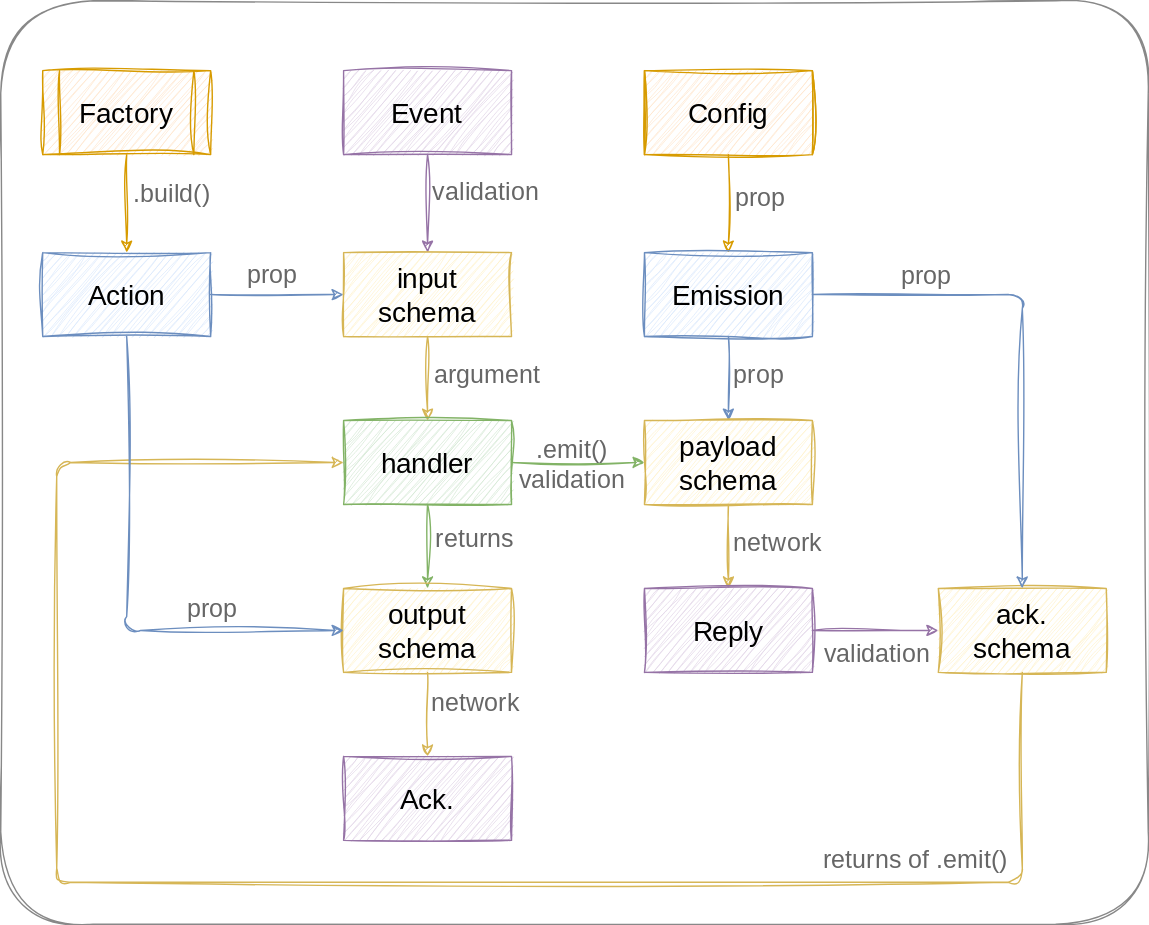
This is flow.svg from RobinTail/zod-sockets, a draw.io export, as it was before one commit. Source tidied: cells renumbered, new cells last; positions are measured from the earlier drawing's top-left corner, leaving out a move shared by most shapes.
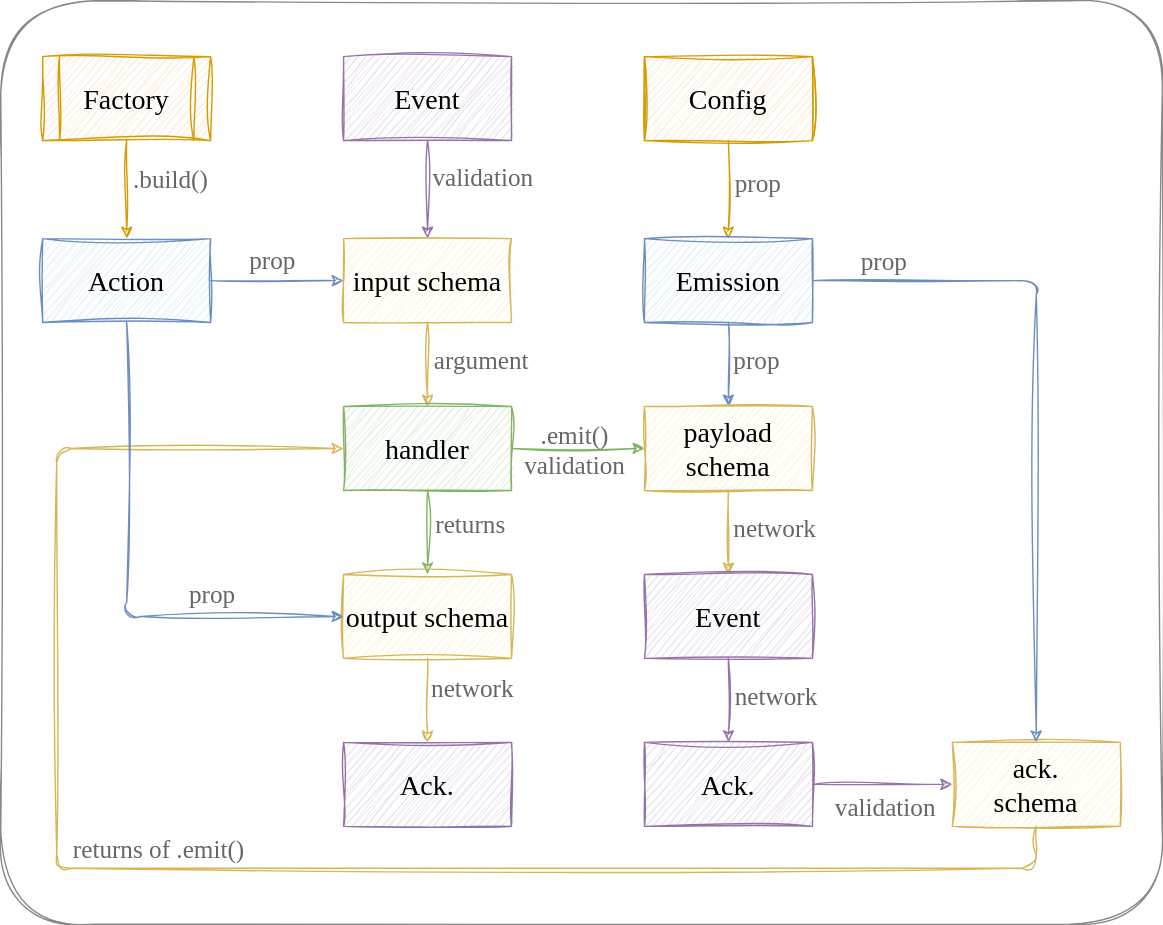
The same file after the commit.

Commit message:
Diagram: fix emission visual aids

Diff of the diagram source:
```diff
@@ -3,7 +3,7 @@
     <mxCell id="0" />
     <mxCell id="1" parent="0" />
     <mxCell id="2" style="rounded=1;whiteSpace=wrap;html=1;sketch=1;hachureGap=4;jiggle=2;curveFitting=1;fontFamily=Architects Daughter;fontSource=https%3A%2F%2Ffonts.googleapis.com%2Fcss%3Ffamily%3DArchitects%2BDaughter;fontSize=20;arcSize=10;strokeColor=#888888;" parent="1" vertex="1">
-      <mxGeometry width="820" height="660" as="geometry" />
+      <mxGeometry y="10" width="830" height="660" as="geometry" />
     </mxCell>
     <mxCell id="3" style="edgeStyle=orthogonalEdgeStyle;rounded=0;sketch=1;hachureGap=4;jiggle=2;curveFitting=1;jettySize=auto;html=1;fontFamily=Architects Daughter;fontSource=https%3A%2F%2Ffonts.googleapis.com%2Fcss%3Ffamily%3DArchitects%2BDaughter;fontSize=16;strokeColor=#9673a6;fillColor=#e1d5e7;" parent="1" edge="1" source="5" target="14">
       <mxGeometry relative="1" as="geometry" />
@@ -44,7 +44,7 @@
     <mxCell id="15" style="edgeStyle=orthogonalEdgeStyle;rounded=0;sketch=1;hachureGap=4;jiggle=2;curveFitting=1;jettySize=auto;html=1;fontFamily=Architects Daughter;fontSource=https%3A%2F%2Ffonts.googleapis.com%2Fcss%3Ffamily%3DArchitects%2BDaughter;fontSize=16;strokeColor=#82b366;fillColor=#d5e8d4;" parent="1" edge="1" source="19" target="32">
       <mxGeometry relative="1" as="geometry" />
     </mxCell>
-    <mxCell id="16" value=".emit()&lt;br&gt;validation" style="edgeLabel;html=1;align=center;verticalAlign=middle;fontSize=18;fontFamily=Architects Daughter;labelBackgroundColor=none;fontColor=#666666;" parent="15" vertex="1">
+    <mxCell id="16" value=".emit()&lt;br&gt;validation" style="edgeLabel;html=1;align=center;verticalAlign=middle;fontSize=18;fontFamily=Architects Daughter;labelBackgroundColor=none;fontColor=#666666;spacingLeft=4;" parent="15" vertex="1">
       <mxGeometry x="-0.11" y="-1" relative="1" as="geometry" />
     </mxCell>
     <mxCell id="17" style="edgeStyle=orthogonalEdgeStyle;rounded=0;sketch=1;hachureGap=4;jiggle=2;curveFitting=1;jettySize=auto;html=1;fontFamily=Architects Daughter;fontSource=https%3A%2F%2Ffonts.googleapis.com%2Fcss%3Ffamily%3DArchitects%2BDaughter;fontSize=16;fillColor=#d5e8d4;strokeColor=#82b366;" parent="1" edge="1" source="19" target="22">
@@ -98,20 +98,20 @@
       <mxGeometry x="460" y="300" width="120" height="60" as="geometry" />
     </mxCell>
     <mxCell id="33" value="ack.&lt;br&gt;schema" style="rounded=0;whiteSpace=wrap;html=1;sketch=1;hachureGap=4;jiggle=2;curveFitting=1;fontFamily=Architects Daughter;fontSource=https%3A%2F%2Ffonts.googleapis.com%2Fcss%3Ffamily%3DArchitects%2BDaughter;fontSize=20;fillColor=#fff2cc;strokeColor=#d6b656;" parent="1" vertex="1">
-      <mxGeometry x="670" y="420" width="120" height="60" as="geometry" />
+      <mxGeometry x="680" y="540" width="120" height="60" as="geometry" />
     </mxCell>
     <mxCell id="34" style="edgeStyle=orthogonalEdgeStyle;rounded=1;sketch=1;hachureGap=4;jiggle=2;curveFitting=1;jettySize=auto;html=1;fontFamily=Architects Daughter;fontSource=https%3A%2F%2Ffonts.googleapis.com%2Fcss%3Ffamily%3DArchitects%2BDaughter;fontSize=16;exitX=0.5;exitY=1;exitDx=0;exitDy=0;entryX=0;entryY=0.5;entryDx=0;entryDy=0;curved=0;strokeColor=#d6b656;fillColor=#fff2cc;" parent="1" edge="1" source="33" target="19">
       <mxGeometry relative="1" as="geometry">
         <Array as="points">
-          <mxPoint x="730" y="630" />
+          <mxPoint x="740" y="630" />
           <mxPoint x="40" y="630" />
           <mxPoint x="40" y="330" />
         </Array>
       </mxGeometry>
     </mxCell>
-    <mxCell id="35" value="returns of .emit()" style="edgeLabel;html=1;align=right;verticalAlign=bottom;fontSize=18;fontFamily=Architects Daughter;labelBackgroundColor=none;fontColor=#666666;" parent="34" vertex="1">
+    <mxCell id="35" value="returns of .emit()" style="edgeLabel;html=1;align=left;verticalAlign=bottom;fontSize=18;fontFamily=Architects Daughter;labelBackgroundColor=none;fontColor=#666666;" parent="34" vertex="1">
       <mxGeometry x="-0.52" y="-3" relative="1" as="geometry">
-        <mxPoint x="165" as="offset" />
+        <mxPoint x="-422" y="3" as="offset" />
       </mxGeometry>
     </mxCell>
     <mxCell id="36" style="edgeStyle=orthogonalEdgeStyle;rounded=1;sketch=1;hachureGap=4;jiggle=2;curveFitting=1;jettySize=auto;html=1;fontFamily=Architects Daughter;fontSource=https%3A%2F%2Ffonts.googleapis.com%2Fcss%3Ffamily%3DArchitects%2BDaughter;fontSize=16;exitX=0.5;exitY=1;exitDx=0;exitDy=0;entryX=0;entryY=0.5;entryDx=0;entryDy=0;noJump=0;curved=0;strokeColor=#6c8ebf;fillColor=#dae8fc;" parent="1" edge="1" source="11" target="22">
@@ -127,19 +127,33 @@
     </mxCell>
     <mxCell id="39" value="prop" style="edgeLabel;html=1;align=center;verticalAlign=bottom;fontSize=18;fontFamily=Architects Daughter;spacingRight=0;labelBackgroundColor=none;spacing=2;fontColor=#666666;" parent="38" vertex="1">
       <mxGeometry x="-0.11" relative="1" as="geometry">
-        <mxPoint x="-70" y="-10" as="offset" />
+        <mxPoint x="-110" y="-57" as="offset" />
       </mxGeometry>
     </mxCell>
-    <mxCell id="40" style="edgeStyle=orthogonalEdgeStyle;rounded=0;sketch=1;hachureGap=4;jiggle=2;curveFitting=1;jettySize=auto;html=1;fontFamily=Architects Daughter;fontSource=https%3A%2F%2Ffonts.googleapis.com%2Fcss%3Ffamily%3DArchitects%2BDaughter;fontSize=16;strokeColor=#9673a6;fillColor=#e1d5e7;" parent="1" edge="1" source="42" target="33">
-      <mxGeometry relative="1" as="geometry" />
+    <mxCell id="40" style="edgeStyle=orthogonalEdgeStyle;rounded=0;sketch=1;hachureGap=4;jiggle=2;curveFitting=1;jettySize=auto;html=1;fontFamily=Architects Daughter;fontSource=https%3A%2F%2Ffonts.googleapis.com%2Fcss%3Ffamily%3DArchitects%2BDaughter;fontSize=16;strokeColor=#9673a6;fillColor=#e1d5e7;exitX=1;exitY=0.5;exitDx=0;exitDy=0;" parent="1" edge="1" source="45" target="33">
+      <mxGeometry relative="1" as="geometry">
+        <Array as="points">
+          <mxPoint x="680" y="570" />
+          <mxPoint x="680" y="570" />
+        </Array>
+      </mxGeometry>
     </mxCell>
     <mxCell id="41" value="validation" style="edgeLabel;html=1;align=center;verticalAlign=top;fontSize=18;fontFamily=Architects Daughter;spacingRight=9;fontColor=#666666;" parent="40" vertex="1">
       <mxGeometry x="0.21" y="1" relative="1" as="geometry">
         <mxPoint x="-5" y="1" as="offset" />
       </mxGeometry>
     </mxCell>
+    <mxCell id="43" style="edgeStyle=orthogonalEdgeStyle;rounded=0;sketch=1;hachureGap=4;jiggle=2;curveFitting=1;jettySize=auto;html=1;fontFamily=Architects Daughter;fontSource=https%3A%2F%2Ffonts.googleapis.com%2Fcss%3Ffamily%3DArchitects%2BDaughter;fontSize=16;fillColor=#e1d5e7;strokeColor=#9673a6;" parent="1" edge="1" source="42" target="45">
+      <mxGeometry relative="1" as="geometry" />
+    </mxCell>
+    <mxCell id="44" value="network" style="edgeLabel;html=1;align=left;verticalAlign=middle;fontSize=18;fontFamily=Architects Daughter;fontColor=#666666;spacingLeft=2;" parent="43" vertex="1">
+      <mxGeometry x="-0.1" y="1" relative="1" as="geometry" />
+    </mxCell>
-    <mxCell id="42" value="Reply" style="rounded=0;whiteSpace=wrap;html=1;sketch=1;hachureGap=4;jiggle=2;curveFitting=1;fontFamily=Architects Daughter;fontSource=https%3A%2F%2Ffonts.googleapis.com%2Fcss%3Ffamily%3DArchitects%2BDaughter;fontSize=20;fillColor=#e1d5e7;strokeColor=#9673a6;" parent="1" vertex="1">
+    <mxCell id="42" value="Event" style="rounded=0;whiteSpace=wrap;html=1;sketch=1;hachureGap=4;jiggle=2;curveFitting=1;fontFamily=Architects Daughter;fontSource=https%3A%2F%2Ffonts.googleapis.com%2Fcss%3Ffamily%3DArchitects%2BDaughter;fontSize=20;fillColor=#e1d5e7;strokeColor=#9673a6;" parent="1" vertex="1">
       <mxGeometry x="460" y="420" width="120" height="60" as="geometry" />
     </mxCell>
+    <mxCell id="45" value="Ack." style="rounded=0;whiteSpace=wrap;html=1;sketch=1;hachureGap=4;jiggle=2;curveFitting=1;fontFamily=Architects Daughter;fontSource=https%3A%2F%2Ffonts.googleapis.com%2Fcss%3Ffamily%3DArchitects%2BDaughter;fontSize=20;fillColor=#e1d5e7;strokeColor=#9673a6;" parent="1" vertex="1">
+      <mxGeometry x="460" y="540" width="120" height="60" as="geometry" />
+    </mxCell>
   </root>
 </mxGraphModel>
```
